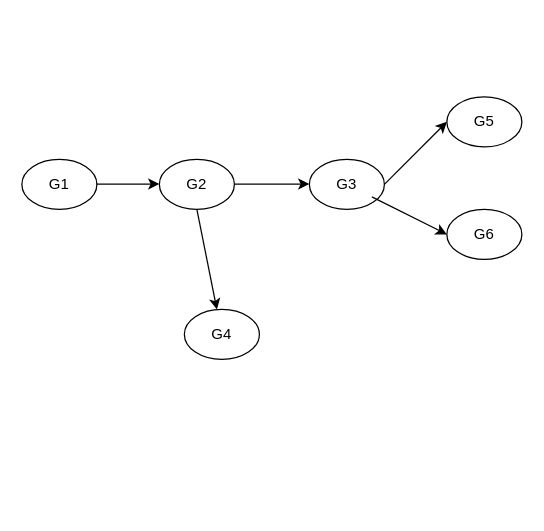
This is Untitled Diagram.drawio from zhangwm1987/mydraw_io, a draw.io file, before an edit. Source tidied: cells renumbered, new cells numbered last; positions are measured from the earlier drawing's top-left corner, leaving out a move shared by most shapes. Both pictures are drawn from the tidied source at 125%, with x=0, y=0 at pixel (21, 96).
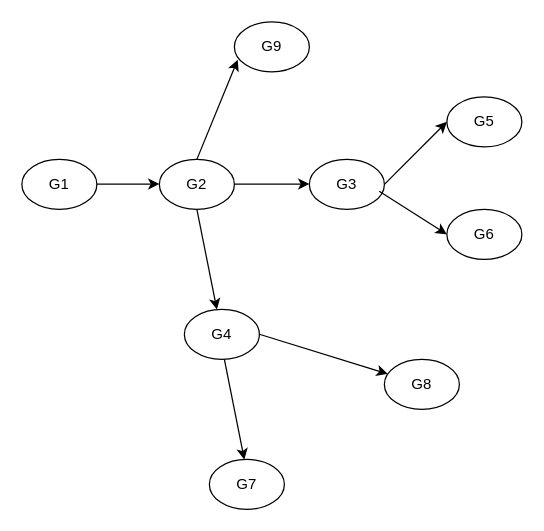
The same diagram, later.

Unchanged cells that the change refers to:
```xml
<mxCell id="4" value="G3" style="ellipse;whiteSpace=wrap;html=1;" parent="1" vertex="1">
  <mxGeometry x="230" y="50" width="60" height="40" as="geometry" />
</mxCell>
```

Change to the diagram source:
```diff
@@
-    <mxCell id="11" style="endArrow=classic;html=1;" parent="1" edge="1">
+    <mxCell id="11" style="endArrow=classic;html=1;exitX=0.931;exitY=0.636;exitDx=0;exitDy=0;exitPerimeter=0;" parent="1" edge="1" source="4">
       <mxGeometry relative="1" as="geometry">
-        <mxPoint x="280" y="80" as="sourcePoint" />
         <mxPoint x="340" y="110" as="targetPoint" />
       </mxGeometry>
     </mxCell>
@@
+    <mxCell id="13" value="G7" style="ellipse;whiteSpace=wrap;html=1;" parent="1" vertex="1">
+      <mxGeometry x="150" y="290" width="60" height="40" as="geometry" />
+    </mxCell>
+    <mxCell id="14" value="G8" style="ellipse;whiteSpace=wrap;html=1;" parent="1" vertex="1">
+      <mxGeometry x="290" y="210" width="60" height="40" as="geometry" />
+    </mxCell>
+    <mxCell id="15" style="endArrow=classic;html=1;" parent="1" edge="1">
+      <mxGeometry relative="1" as="geometry">
+        <mxPoint x="162" y="210" as="sourcePoint" />
+        <mxPoint x="178" y="290.2" as="targetPoint" />
+      </mxGeometry>
+    </mxCell>
+    <mxCell id="16" style="endArrow=classic;html=1;" parent="1" edge="1" target="14">
+      <mxGeometry relative="1" as="geometry">
+        <mxPoint x="190" y="189.9" as="sourcePoint" />
+      </mxGeometry>
+    </mxCell>
+    <mxCell id="17" value="G9" style="ellipse;whiteSpace=wrap;html=1;" parent="1" vertex="1">
+      <mxGeometry x="170" y="-60" width="60" height="40" as="geometry" />
+    </mxCell>
+    <mxCell id="18" style="endArrow=classic;html=1;entryX=0.045;entryY=0.757;entryDx=0;entryDy=0;entryPerimeter=0;" parent="1" edge="1" target="17">
+      <mxGeometry relative="1" as="geometry">
+        <mxPoint x="140" y="50" as="sourcePoint" />
+      </mxGeometry>
+    </mxCell>
```
